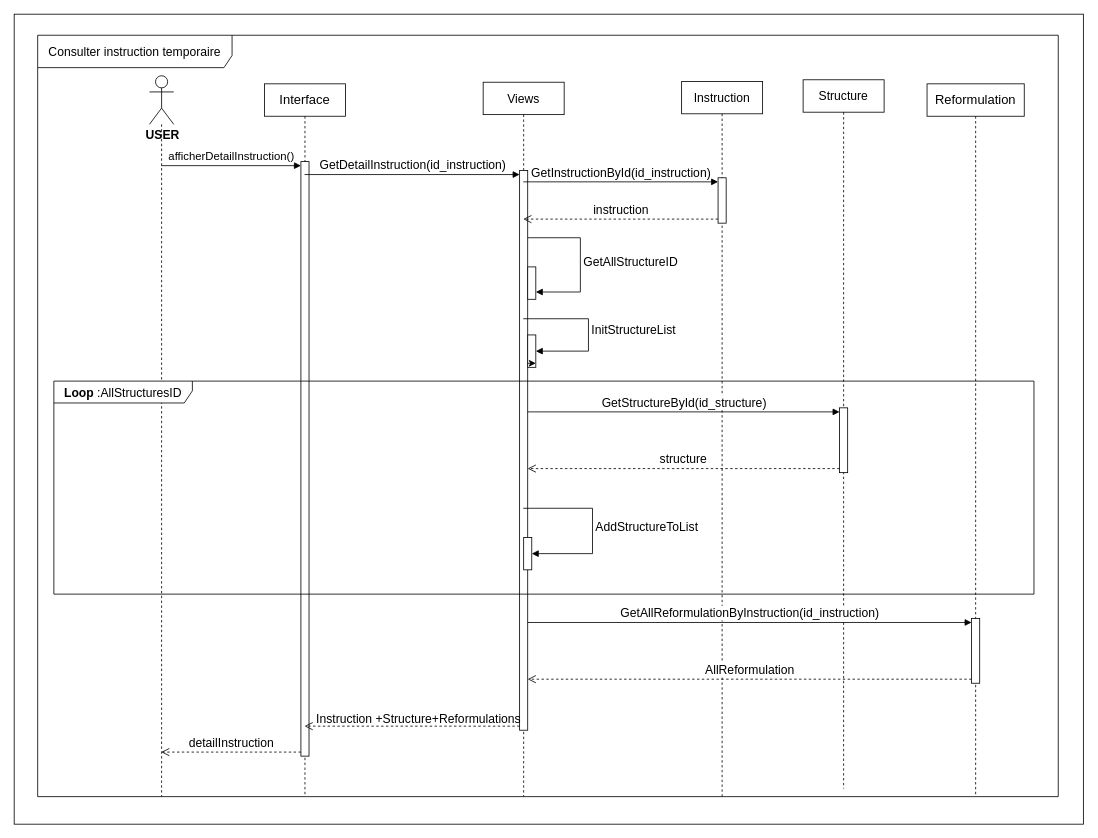
This is consulter_instruction_temps.drawio from CabrelFeukeng/pp, a draw.io file, before an edit. Source tidied: cells renumbered, new cells numbered last; positions are measured from the earlier drawing's top-left corner, leaving out a move shared by most shapes. Both pictures are drawn from the tidied source at 81%, with x=0, y=0 at pixel (14, 14).
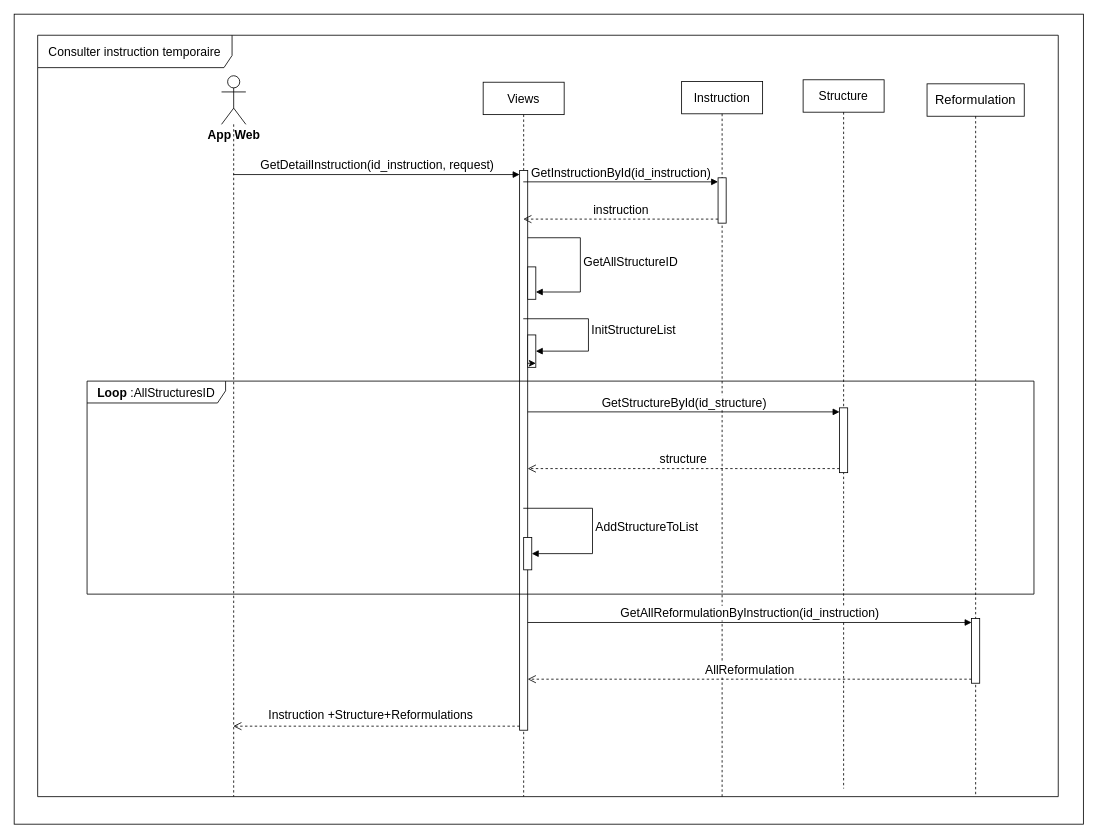
The same diagram, later.

Commit message:
Mettre à jour consulter_instruction_temps.drawio

Unchanged cells that the change refers to:
```xml
<mxCell id="7" style="html=1;points=[[0,0,0,0,5],[0,1,0,0,-5],[1,0,0,0,5],[1,1,0,0,-5]];perimeter=orthogonalPerimeter;outlineConnect=0;targetShapes=umlLifeline;portConstraint=eastwest;newEdgeStyle={&quot;curved&quot;:0,&quot;rounded&quot;:0};" parent="6" vertex="1">
  <mxGeometry x="45" y="109" width="10" height="691" as="geometry" />
</mxCell>
<mxCell id="31" value="&lt;font style=&quot;font-size: 15px;&quot;&gt;Consulter instruction temporaire&lt;/font&gt;" style="shape=umlFrame;whiteSpace=wrap;html=1;width=240;height=40;" parent="1" vertex="1">
  <mxGeometry x="29" y="26" width="1260" height="940" as="geometry" />
</mxCell>
```

Change to the diagram source:
```diff
@@
     <mxCell id="3" style="shape=umlLifeline;perimeter=lifelinePerimeter;whiteSpace=wrap;html=1;outlineConnect=0;portConstraint=eastwest;newEdgeStyle={&quot;curved&quot;:0,&quot;rounded&quot;:0};participant=umlActor;size=60;" parent="1" vertex="1">
-      <mxGeometry x="167" y="76" width="30" height="890" as="geometry" />
+      <mxGeometry x="256" y="76" width="30" height="890" as="geometry" />
     </mxCell>
-    <mxCell id="4" value="&lt;font style=&quot;font-size: 16px;&quot;&gt;Interface&lt;/font&gt;" style="shape=umlLifeline;perimeter=lifelinePerimeter;whiteSpace=wrap;html=1;outlineConnect=0;portConstraint=eastwest;newEdgeStyle={&quot;curved&quot;:0,&quot;rounded&quot;:0};" parent="1" vertex="1">
-      <mxGeometry x="309" y="86" width="100" height="880" as="geometry" />
-    </mxCell>
-    <mxCell id="5" style="html=1;points=[[0,0,0,0,5],[0,1,0,0,-5],[1,0,0,0,5],[1,1,0,0,-5]];perimeter=orthogonalPerimeter;outlineConnect=0;targetShapes=umlLifeline;portConstraint=eastwest;newEdgeStyle={&quot;curved&quot;:0,&quot;rounded&quot;:0};" parent="4" vertex="1">
-      <mxGeometry x="45" y="96" width="10" height="734" as="geometry" />
-    </mxCell>
@@
-    <mxCell id="16" value="&lt;font style=&quot;font-size: 14px;&quot;&gt;afficherDetailInstruction()&lt;/font&gt;" style="html=1;verticalAlign=bottom;endArrow=block;curved=0;rounded=0;entryX=0;entryY=0;entryDx=0;entryDy=5;" parent="1" edge="1" source="3" target="5">
-      <mxGeometry relative="1" as="geometry" />
-    </mxCell>
-    <mxCell id="17" value="&lt;font style=&quot;font-size: 15px;&quot;&gt;detailInstruction&lt;/font&gt;" style="html=1;verticalAlign=bottom;endArrow=open;dashed=1;endSize=8;curved=0;rounded=0;exitX=0;exitY=1;exitDx=0;exitDy=-5;" parent="1" edge="1" source="5" target="3">
-      <mxGeometry relative="1" as="geometry" />
-    </mxCell>
-    <mxCell id="18" value="&lt;font style=&quot;font-size: 15px;&quot;&gt;GetDetailInstruction(id_instruction)&lt;/font&gt;" style="html=1;verticalAlign=bottom;endArrow=block;curved=0;rounded=0;entryX=0;entryY=0;entryDx=0;entryDy=5;" parent="1" edge="1" source="4" target="7">
+    <mxCell id="18" value="&lt;font style=&quot;font-size: 15px;&quot;&gt;GetDetailInstruction(id_instruction, request)&lt;/font&gt;" style="html=1;verticalAlign=bottom;endArrow=block;curved=0;rounded=0;entryX=0;entryY=0;entryDx=0;entryDy=5;" parent="1" edge="1" source="3" target="7">
       <mxGeometry relative="1" as="geometry" />
     </mxCell>
-    <mxCell id="19" style="html=1;verticalAlign=bottom;endArrow=open;dashed=1;endSize=8;curved=0;rounded=0;exitX=0;exitY=1;exitDx=0;exitDy=-5;" parent="1" edge="1" source="7" target="4">
+    <mxCell id="19" style="html=1;verticalAlign=bottom;endArrow=open;dashed=1;endSize=8;curved=0;rounded=0;exitX=0;exitY=1;exitDx=0;exitDy=-5;" parent="1" edge="1" source="7" target="3">
       <mxGeometry relative="1" as="geometry" />
     </mxCell>
@@
     <mxCell id="22" value="&lt;font style=&quot;font-size: 15px;&quot;&gt;&lt;b&gt;Loop &lt;/b&gt;:AllStructuresID&lt;/font&gt;" style="shape=umlFrame;whiteSpace=wrap;html=1;width=171;height=27;" parent="1" vertex="1">
-      <mxGeometry x="49" y="453" width="1210" height="263" as="geometry" />
+      <mxGeometry x="90" y="453" width="1169" height="263" as="geometry" />
     </mxCell>
@@
-    <mxCell id="30" value="&lt;font style=&quot;font-size: 15px;&quot;&gt;Instruction +Structure+Reformulations&lt;/font&gt;" style="text;html=1;align=center;verticalAlign=middle;strokeColor=none;fillColor=none;" parent="1" vertex="1">
-      <mxGeometry x="359" y="854" width="280" height="30" as="geometry" />
-    </mxCell>
@@
+    <mxCell id="30" value="&lt;font style=&quot;font-size: 15px;&quot;&gt;Instruction +Structure+Reformulations&lt;/font&gt;" style="text;html=1;align=center;verticalAlign=middle;strokeColor=none;fillColor=none;" parent="31" vertex="1">
+      <mxGeometry x="271" y="824" width="280" height="30" as="geometry" />
+    </mxCell>
-    <mxCell id="34" value="&lt;font style=&quot;font-size: 15px;&quot;&gt;&lt;b&gt;USER&lt;/b&gt;&lt;/font&gt;" style="text;html=1;align=center;verticalAlign=middle;strokeColor=none;fillColor=none;" parent="1" vertex="1">
-      <mxGeometry x="148" y="134" width="70" height="30" as="geometry" />
+    <mxCell id="34" value="&lt;font style=&quot;font-size: 15px;&quot;&gt;&lt;b&gt;App Web&lt;/b&gt;&lt;/font&gt;" style="text;html=1;align=center;verticalAlign=middle;strokeColor=none;fillColor=none;" parent="1" vertex="1">
+      <mxGeometry x="226" y="134" width="90" height="30" as="geometry" />
     </mxCell>
```
